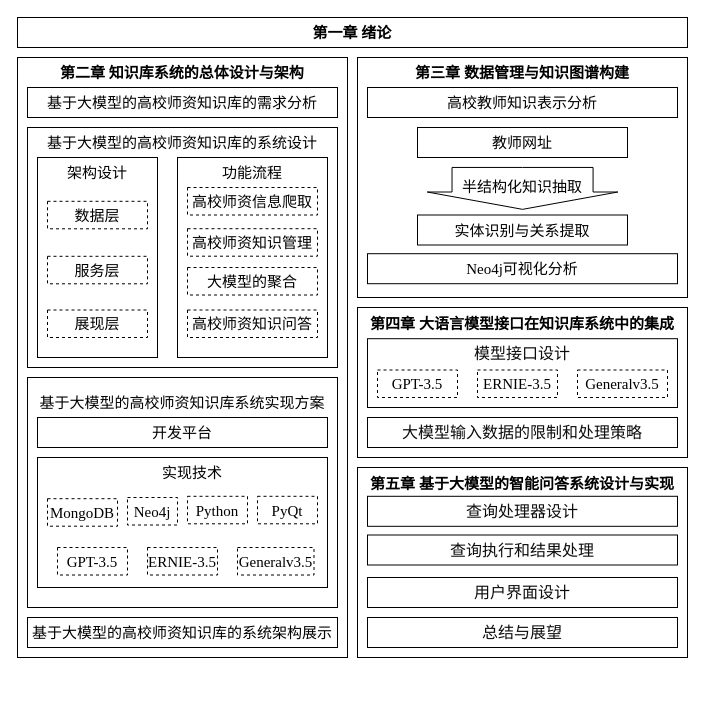
Before: 图 1-1 论文整体框架.drawio in sjgcsf/software_engineering, a draw.io diagram. Source tidied: cells renumbered, new cells numbered last; positions are measured from the earlier drawing's top-left corner, leaving out a move shared by most shapes. Both pictures are drawn from the tidied source at 100%, with x=0, y=0 at pixel (17, 17).
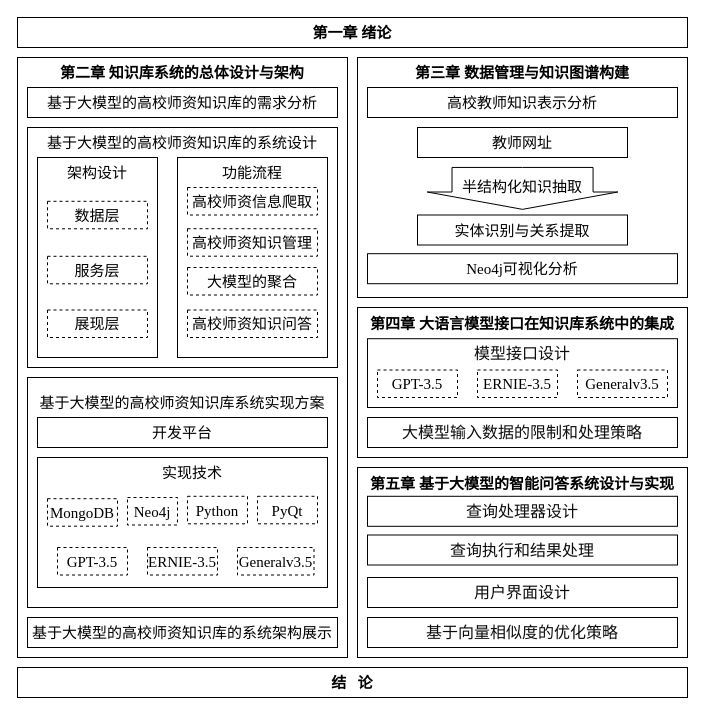
After the change.

Commit message:
更新图 1-1 论文整体框架.drawio

Change to the diagram source:
```diff
@@
-    <mxCell id="53" value="&lt;p align=&quot;center&quot; class=&quot;MsoNormal&quot;&gt;&lt;span style=&quot;border: 0px solid rgb(227, 227, 227); box-sizing: border-box; --tw-border-spacing-x: 0; --tw-border-spacing-y: 0; --tw-translate-x: 0; --tw-translate-y: 0; --tw-rotate: 0; --tw-skew-x: 0; --tw-skew-y: 0; --tw-scale-x: 1; --tw-scale-y: 1; --tw-pan-x: ; --tw-pan-y: ; --tw-pinch-zoom: ; --tw-scroll-snap-strictness: proximity; --tw-gradient-from-position: ; --tw-gradient-via-position: ; --tw-gradient-to-position: ; --tw-ordinal: ; --tw-slashed-zero: ; --tw-numeric-figure: ; --tw-numeric-spacing: ; --tw-numeric-fraction: ; --tw-ring-inset: ; --tw-ring-offset-width: 0px; --tw-ring-offset-color: #fff; --tw-ring-color: rgba(69,89,164,.5); --tw-ring-offset-shadow: 0 0 transparent; --tw-ring-shadow: 0 0 transparent; --tw-shadow: 0 0 transparent; --tw-shadow-colored: 0 0 transparent; --tw-blur: ; --tw-brightness: ; --tw-contrast: ; --tw-grayscale: ; --tw-hue-rotate: ; --tw-invert: ; --tw-saturate: ; --tw-sepia: ; --tw-drop-shadow: ; --tw-backdrop-blur: ; --tw-backdrop-brightness: ; --tw-backdrop-contrast: ; --tw-backdrop-grayscale: ; --tw-backdrop-hue-rotate: ; --tw-backdrop-invert: ; --tw-backdrop-opacity: ; --tw-backdrop-saturate: ; --tw-backdrop-sepia: ; --tw-contain-size: ; --tw-contain-layout: ; --tw-contain-paint: ; --tw-contain-style: ; color: rgb(13, 13, 13); font-size: 16px; text-align: left; white-space-collapse: preserve; background-color: rgb(255, 255, 255);&quot;&gt;&lt;font face=&quot;Times New Roman&quot;&gt;总结与展望&lt;/font&gt;&lt;/span&gt;&lt;br&gt;&lt;/p&gt;" style="rounded=0;whiteSpace=wrap;html=1;" parent="1" vertex="1">
+    <mxCell id="53" value="&lt;p style=&quot;text-align: left;&quot; align=&quot;center&quot; class=&quot;MsoNormal&quot;&gt;&lt;font face=&quot;Times New Roman&quot; color=&quot;#0d0d0d&quot;&gt;&lt;span style=&quot;font-size: 16px; white-space-collapse: preserve;&quot;&gt;基于向量相似度的优化策略&lt;/span&gt;&lt;/font&gt;&lt;br&gt;&lt;/p&gt;" style="rounded=0;whiteSpace=wrap;html=1;" parent="1" vertex="1">
       <mxGeometry x="350" y="600" width="310" height="30" as="geometry" />
     </mxCell>
+    <mxCell id="54" value="&lt;font face=&quot;Times New Roman&quot; style=&quot;font-size: 15px;&quot;&gt;&lt;b&gt;结&amp;nbsp; &amp;nbsp;论&lt;/b&gt;&lt;/font&gt;" style="rounded=0;whiteSpace=wrap;html=1;" parent="1" vertex="1">
+      <mxGeometry y="650" width="670" height="30" as="geometry" />
+    </mxCell>
```
